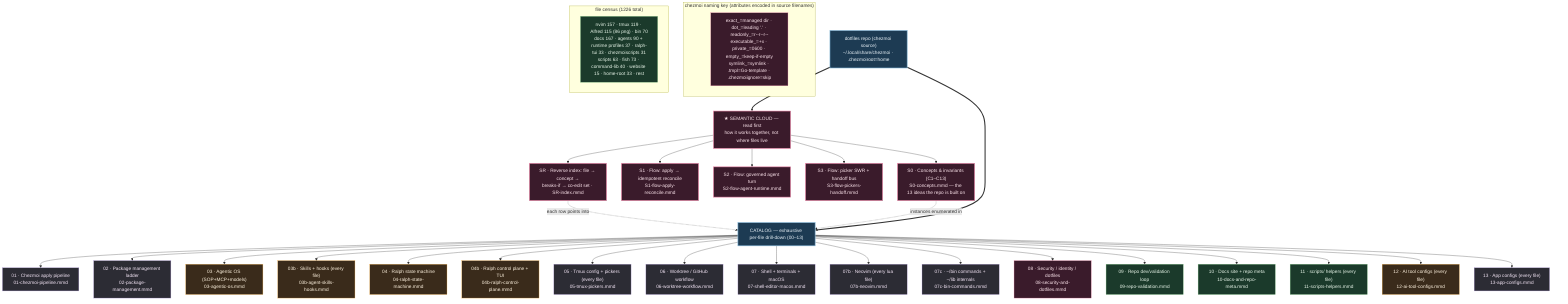
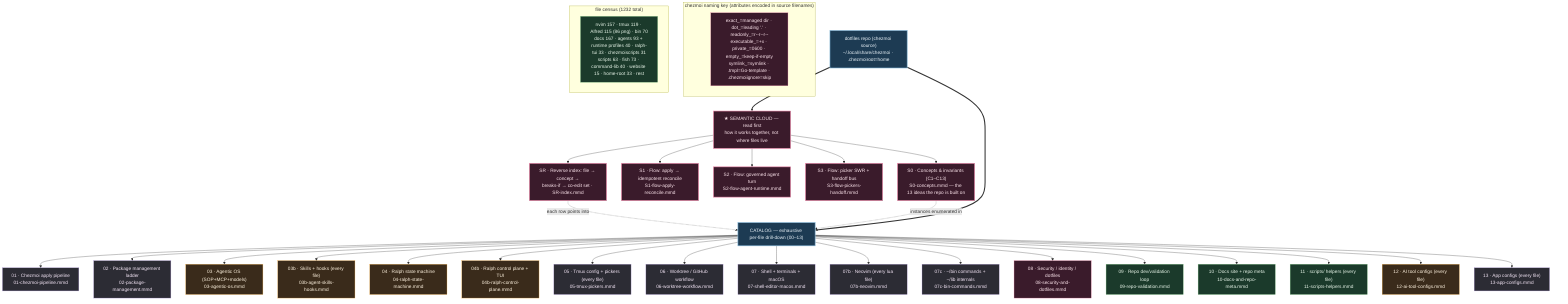
%% ============================================================================
%% 00-overview.mmd — Master navigation map for kapral18/dotfiles
%% TWO LAYERS:
%%   SEMANTIC CLOUD (read first) — how the system THINKS: concepts+invariants
%%     (S0), cross-cutting flows (S1/S2/S3), and a reverse index (SR) that maps
%%     any file to its concept, blast radius, and co-edit set.
%%   CATALOG (drill-down) — how the system is LAID OUT: 00-13 enumerate every
- %%     one of the 1226 tracked files by exact chezmoi source path.
+ %%     one of the 1232 tracked files by exact chezmoi source path.
%% `home/` is chezmoi source deployed to $HOME; scripts/tools/website/docs are
%% repo-side (NOT deployed). Each node → a deeper .mmd.
%% ============================================================================
graph TD
    classDef entry fill:#1d3b53,stroke:#7fb3d5,color:#eaf2f8,stroke-width:2px;
    classDef sys fill:#2c2c34,stroke:#b39ddb,color:#f3e5f5;
    classDef ai fill:#3a2b1b,stroke:#ffb74d,color:#fff3e0;
    classDef repo fill:#1b3a2b,stroke:#81c784,color:#e8f5e9;
    classDef data fill:#3a1b2b,stroke:#f48fb1,color:#fce4ec;
    classDef sem fill:#3a1b2b,stroke:#f48fb1,color:#fce4ec,stroke-width:2px;

    ROOT["dotfiles repo (chezmoi source)<br/>~/.local/share/chezmoi · .chezmoiroot=home"]:::entry

    %% ---- SEMANTIC LAYER (read before the catalog) --------------------------
    ROOT ==> SEMHEAD["★ SEMANTIC CLOUD — read first<br/>how it works together, not where files live"]:::sem
    SEMHEAD --> S0["S0 · Concepts & invariants (C1–C13)<br/>S0-concepts.mmd — the 13 ideas the repo is built on"]:::sem
    SEMHEAD --> S1["S1 · Flow: apply → idempotent reconcile<br/>S1-flow-apply-reconcile.mmd"]:::sem
    SEMHEAD --> S2["S2 · Flow: governed agent turn<br/>S2-flow-agent-runtime.mmd"]:::sem
    SEMHEAD --> S3["S3 · Flow: picker SWR + handoff bus<br/>S3-flow-pickers-handoff.mmd"]:::sem
    SEMHEAD --> SR["SR · Reverse index: file → concept →<br/>breaks-if → co-edit set · SR-index.mmd"]:::sem
    SR -. "each row points into" .-> CATHEAD
    S0 -. "instances enumerated in" .-> CATHEAD

    %% ---- CATALOG LAYER (exhaustive per-file drill-down) --------------------
    ROOT ==> CATHEAD["CATALOG — exhaustive per-file drill-down (00–13)"]:::entry

    CATHEAD --> CZ["01 · Chezmoi apply pipeline<br/>01-chezmoi-pipeline.mmd"]:::sys
    CATHEAD --> PKG["02 · Package management ladder<br/>02-package-management.mmd"]:::sys
    CATHEAD --> AIOS["03 · Agentic OS (SOP+MCP+models)<br/>03-agentic-os.mmd"]:::ai
    CATHEAD --> SKILLS["03b · Skills + hooks (every file)<br/>03b-agent-skills-hooks.mmd"]:::ai
    CATHEAD --> RALPH["04 · Ralph state machine<br/>04-ralph-state-machine.mmd"]:::ai
    CATHEAD --> RALPHCP["04b · Ralph control plane + TUI<br/>04b-ralph-control-plane.mmd"]:::ai
    CATHEAD --> TMUX["05 · Tmux config + pickers (every file)<br/>05-tmux-pickers.mmd"]:::sys
    CATHEAD --> WT["06 · Worktree / GitHub workflow<br/>06-worktree-workflow.mmd"]:::sys
    CATHEAD --> SEM["07 · Shell + terminals + macOS<br/>07-shell-editor-macos.mmd"]:::sys
    CATHEAD --> NVIM["07b · Neovim (every lua file)<br/>07b-neovim.mmd"]:::sys
    CATHEAD --> BIN["07c · ~/bin commands + ~/lib internals<br/>07c-bin-commands.mmd"]:::sys
    CATHEAD --> SEC["08 · Security / identity / dotfiles<br/>08-security-and-dotfiles.mmd"]:::data
    CATHEAD --> VAL["09 · Repo dev/validation loop<br/>09-repo-validation.mmd"]:::repo
    CATHEAD --> DOCS["10 · Docs site + repo meta<br/>10-docs-and-repo-meta.mmd"]:::repo
    CATHEAD --> SCRIPTS["11 · scripts/ helpers (every file)<br/>11-scripts-helpers.mmd"]:::repo
    CATHEAD --> AICFG["12 · AI tool configs (every file)<br/>12-ai-tool-configs.mmd"]:::ai
    CATHEAD --> APPS["13 · App configs (every file)<br/>13-app-configs.mmd"]:::sys

    subgraph KEY["chezmoi naming key (attributes encoded in source filenames)"]
        K1["exact_=managed dir · dot_=leading '.' · readonly_=r--r--r--<br/>executable_=+x · private_=0600 · empty_=keep-if-empty<br/>symlink_=symlink · .tmpl=Go-template · .chezmoiignore=skip"]:::data
    end

-     subgraph COUNTS["file census (1226 total)"]
-         C1["nvim 157 · tmux 119 · Alfred 115 (86 png) · bin 70<br/>docs 167 · agents 90 + runtime profiles 37 · ralph-tui 33 · chezmoiscripts 31<br/>scripts 63 · fish 73 · command-lib 40 · website 15 · home-root 33 · rest"]:::repo
+     subgraph COUNTS["file census (1232 total)"]
+         C1["nvim 157 · tmux 119 · Alfred 115 (86 png) · bin 70<br/>docs 167 · agents 93 + runtime profiles 40 · ralph-tui 33 · chezmoiscripts 31<br/>scripts 63 · fish 73 · command-lib 40 · website 15 · home-root 33 · rest"]:::repo
    end
